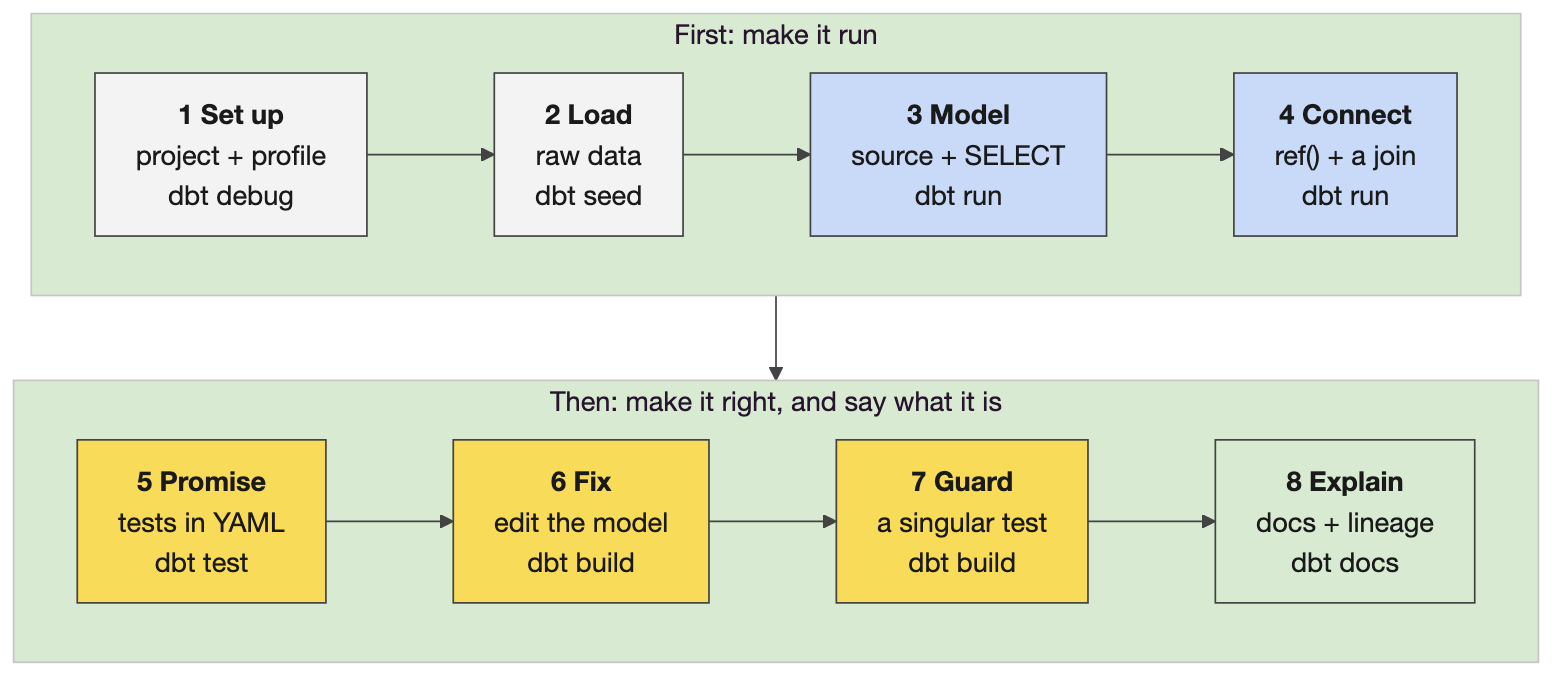
Earlier version of the Mermaid export courseware/common/diagrams/png/d3-journey.png (reachusama-decoded/cg-dxp). Its source is kept beside it as courseware/common/diagrams/src/d3-journey.mmd.
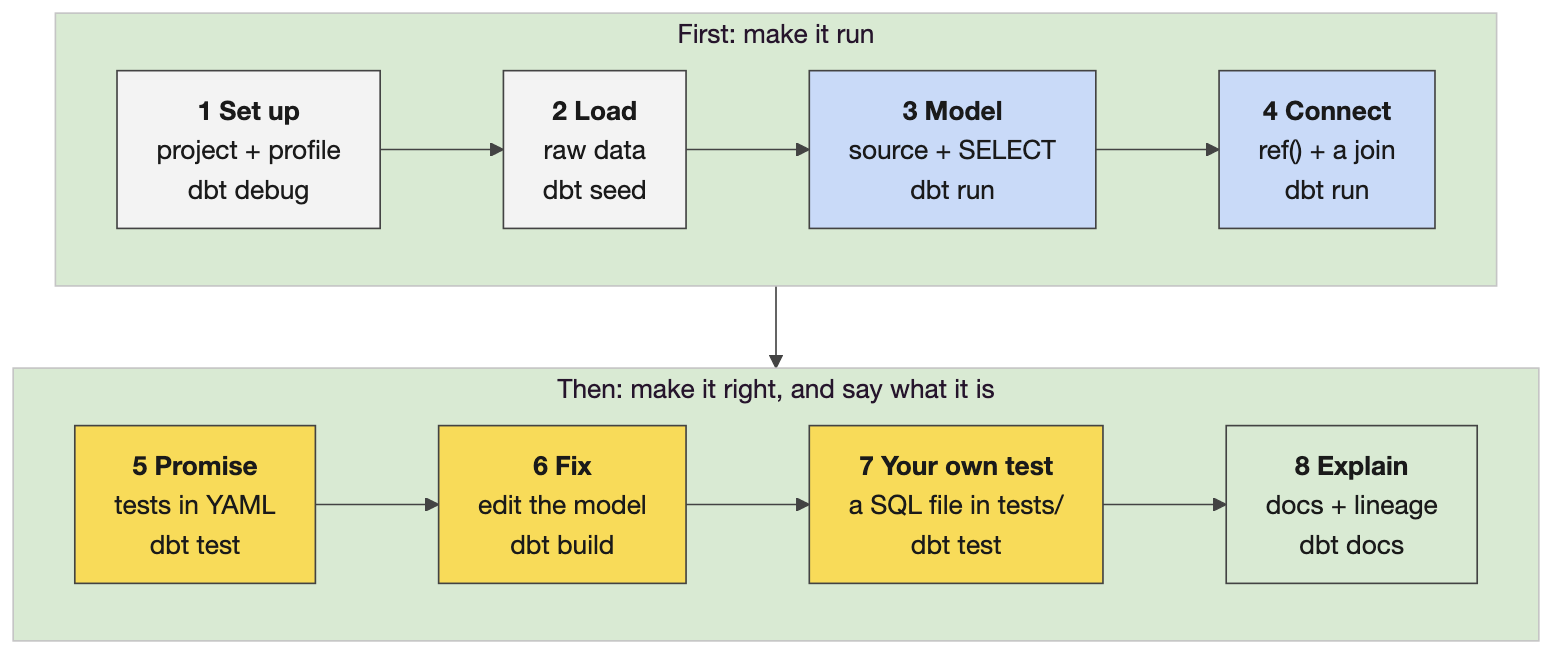
The same file after the commit.

Change to the diagram source:
```diff
@@ -5,7 +5,7 @@
   end
   subgraph R2 ["Then: make it right, and say what it is"]
     direction LR
-    E["<b>5 Promise</b><br/>tests in YAML<br/>dbt test"] --> F["<b>6 Fix</b><br/>edit the model<br/>dbt build"] --> G["<b>7 Guard</b><br/>a singular test<br/>dbt build"] --> H["<b>8 Explain</b><br/>docs + lineage<br/>dbt docs"]
+    E["<b>5 Promise</b><br/>tests in YAML<br/>dbt test"] --> F["<b>6 Fix</b><br/>edit the model<br/>dbt build"] --> G["<b>7 Your own test</b><br/>a SQL file in tests/<br/>dbt test"] --> H["<b>8 Explain</b><br/>docs + lineage<br/>dbt docs"]
   end
   R1 --> R2
   class A,B grey
```
